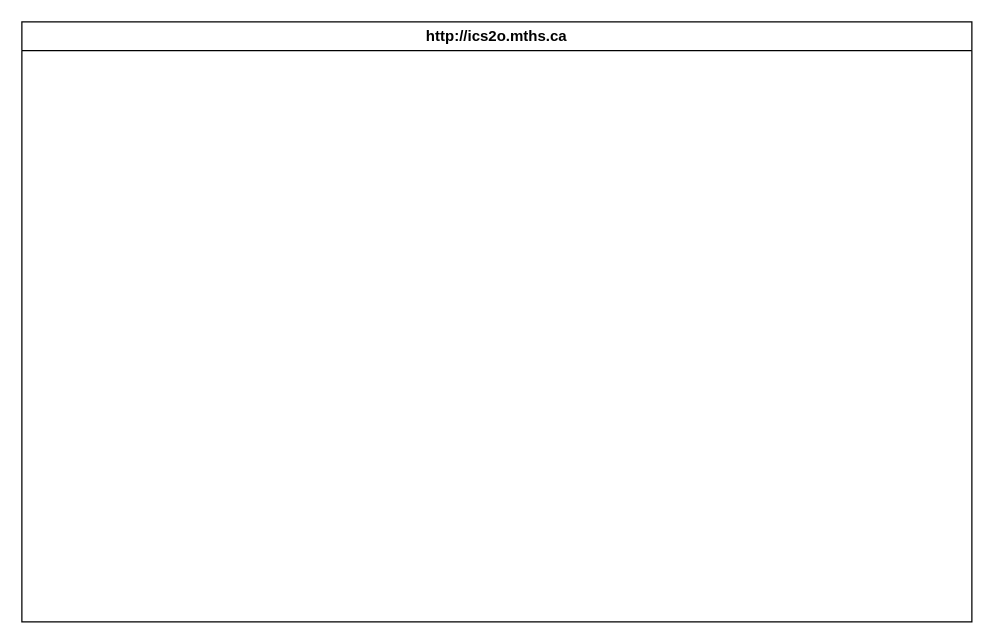
Before: design/storyboard.drawio in pablo-fiallos-granados/ICD2O-Final-Project-pablo-fiallos-granados, a draw.io diagram. Source tidied: cells renumbered, new cells numbered last; positions are measured from the earlier drawing's top-left corner, leaving out a move shared by most shapes. Both pictures are drawn from the tidied source at 125%, with x=0, y=0 at pixel (21, 21). Pictures stored in the file or linked from it are replaced by grey dashed boxes.
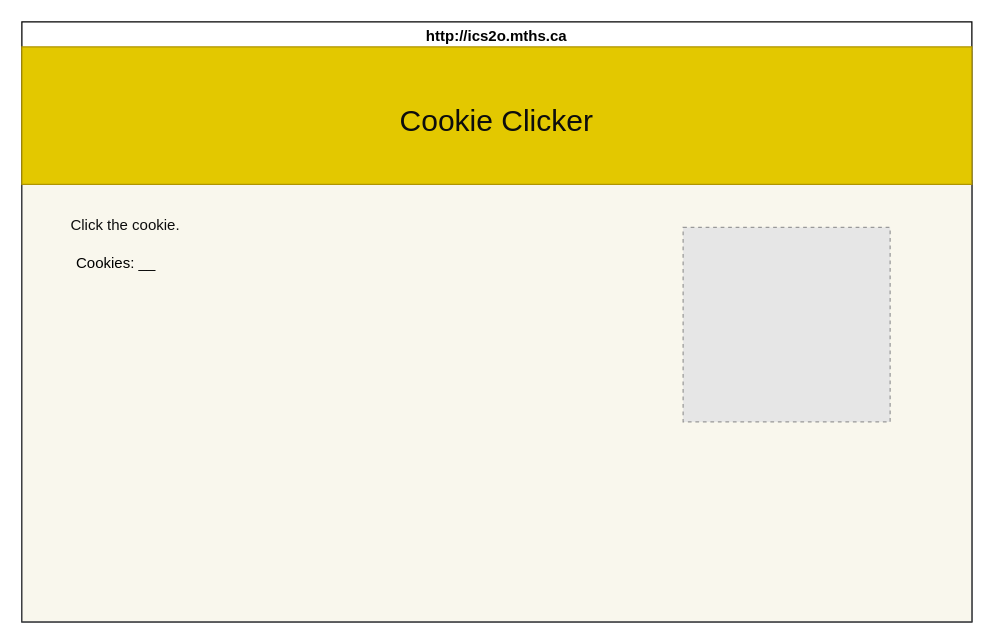
After the change.

What changed in the source:
```diff
@@
 <mxGraphModel>
   <root>
     <mxCell id="0" />
     <mxCell id="1" parent="0" />
     <mxCell id="2" value="http://ics2o.mths.ca" style="swimlane;whiteSpace=wrap;html=1;" parent="1" vertex="1">
       <mxGeometry width="760" height="480" as="geometry" />
     </mxCell>
+    <mxCell id="3" style="rounded=0;whiteSpace=wrap;html=1;fillColor=#f9f7ed;strokeColor=#36393d;fontSize=9;" parent="2" vertex="1">
+      <mxGeometry y="127" width="760" height="353" as="geometry" />
+    </mxCell>
+    <mxCell id="4" style="whiteSpace=wrap;html=1;fillColor=#e3c800;fontColor=#000000;strokeColor=#B09500;" parent="2" vertex="1">
+      <mxGeometry y="20" width="760" height="110" as="geometry" />
+    </mxCell>
+    <mxCell id="5" value="Click the cookie." style="text;html=1;strokeColor=none;fillColor=none;align=center;verticalAlign=middle;whiteSpace=wrap;rounded=0;fontColor=#0D0D0D;" parent="2" vertex="1">
+      <mxGeometry x="8" y="148" width="150" height="30" as="geometry" />
+    </mxCell>
+    <mxCell id="6" style="fillColor=#E6E6E6;strokeColor=#999999;dashed=1;verticalLabelPosition=bottom;labelBackgroundColor=default;verticalAlign=top;" parent="2" vertex="1">
+      <mxGeometry x="529" y="164.4" width="165.6" height="155.6" as="geometry" />
+    </mxCell>
+    <mxCell id="7" value="Cookies: __" style="text;html=1;align=center;verticalAlign=middle;strokeColor=none;fillColor=none;" parent="2" vertex="1">
+      <mxGeometry x="30" y="178" width="90" height="30" as="geometry" />
+    </mxCell>
+    <mxCell id="8" value="&lt;h1&gt;&lt;font color=&quot;#0d0d0d&quot;&gt;&lt;span style=&quot;font-weight: 400;&quot;&gt;Cookie Clicker&lt;/span&gt;&lt;/font&gt;&lt;/h1&gt;" style="text;html=1;strokeColor=none;fillColor=none;align=center;verticalAlign=middle;whiteSpace=wrap;rounded=0;" parent="1" vertex="1">
+      <mxGeometry x="160" y="20" width="440" height="120" as="geometry" />
+    </mxCell>
   </root>
 </mxGraphModel>
```
